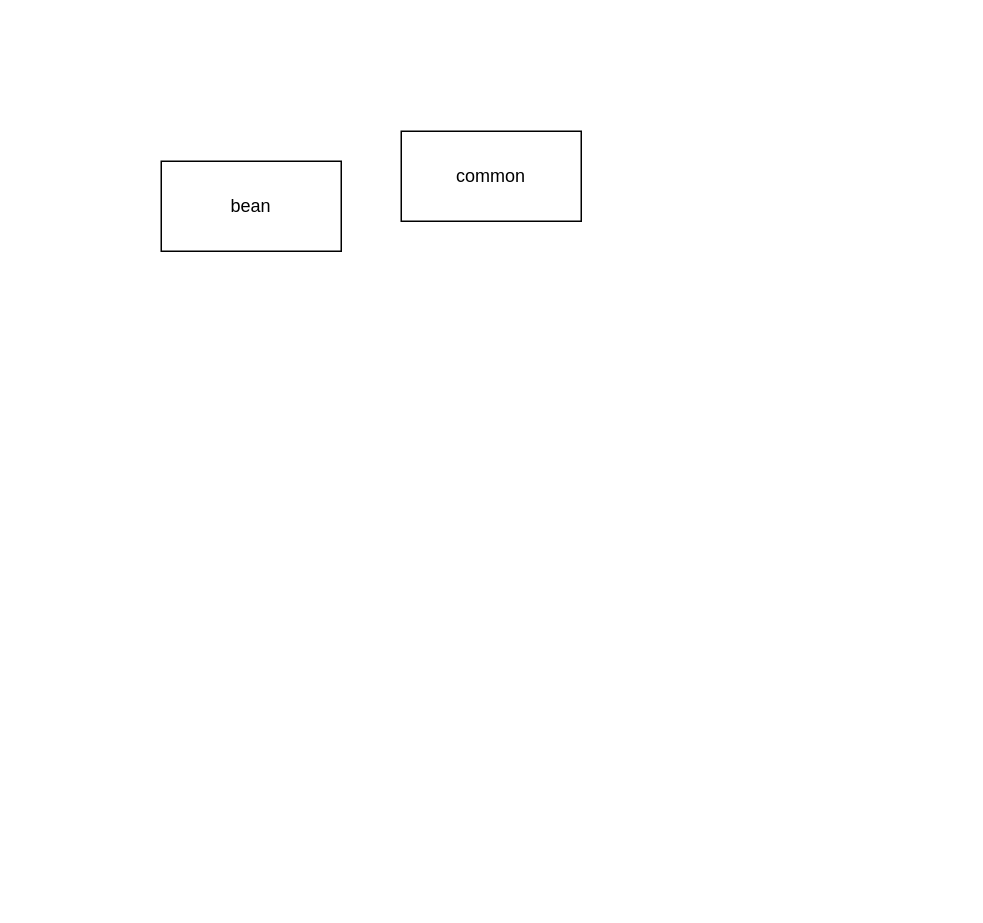
The draw.io diagram Untitled Diagram.drawio in httpstart/demo, before the edit. Source tidied: cells renumbered, new cells numbered last; positions are measured from the earlier drawing's top-left corner, leaving out a move shared by most shapes. Both pictures are drawn from the tidied source at 150%, with x=0, y=0 at pixel (160, 130).
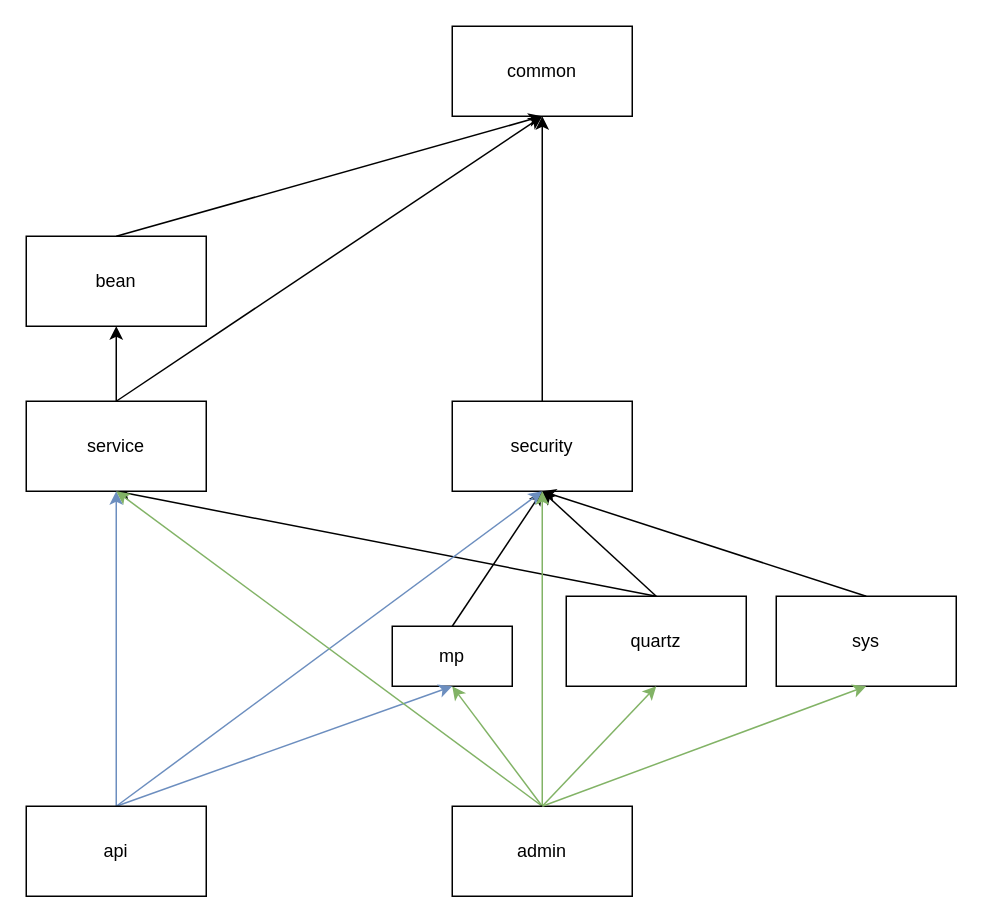
The same page after the edit.

Change to the diagram source:
```diff
@@
     <mxCell id="2" value="common" style="rounded=0;whiteSpace=wrap;html=1;" parent="1" vertex="1">
-      <mxGeometry x="160" width="120" height="60" as="geometry" />
+      <mxGeometry x="194" y="-70" width="120" height="60" as="geometry" />
     </mxCell>
+    <mxCell id="4" style="edgeStyle=none;rounded=0;jettySize=auto;html=1;exitX=0.5;exitY=0;exitDx=0;exitDy=0;entryX=0.5;entryY=1;entryDx=0;entryDy=0;" parent="1" edge="1" source="3" target="2">
+      <mxGeometry relative="1" as="geometry" />
+    </mxCell>
     <mxCell id="3" value="bean" style="rounded=0;whiteSpace=wrap;html=1;" parent="1" vertex="1">
-      <mxGeometry y="20" width="120" height="60" as="geometry" />
+      <mxGeometry x="-90" y="70" width="120" height="60" as="geometry" />
     </mxCell>
+    <mxCell id="5" style="edgeStyle=none;rounded=0;jettySize=auto;html=1;exitX=0.5;exitY=0;exitDx=0;exitDy=0;entryX=0.5;entryY=1;entryDx=0;entryDy=0;" parent="1" edge="1" source="6" target="2">
+      <mxGeometry relative="1" as="geometry" />
+    </mxCell>
+    <mxCell id="6" value="security" style="rounded=0;whiteSpace=wrap;html=1;" parent="1" vertex="1">
+      <mxGeometry x="194" y="180" width="120" height="60" as="geometry" />
+    </mxCell>
+    <mxCell id="7" style="edgeStyle=none;rounded=0;jettySize=auto;html=1;exitX=0.5;exitY=0;exitDx=0;exitDy=0;entryX=0.5;entryY=1;entryDx=0;entryDy=0;" parent="1" edge="1" source="8" target="6">
+      <mxGeometry relative="1" as="geometry" />
+    </mxCell>
+    <mxCell id="8" value="mp" style="rounded=0;whiteSpace=wrap;html=1;" parent="1" vertex="1">
+      <mxGeometry x="154" y="330" width="80" height="40" as="geometry" />
+    </mxCell>
+    <mxCell id="9" style="edgeStyle=none;rounded=0;jettySize=auto;html=1;exitX=0.5;exitY=0;exitDx=0;exitDy=0;entryX=0.5;entryY=1;entryDx=0;entryDy=0;" parent="1" edge="1" source="10" target="6">
+      <mxGeometry relative="1" as="geometry" />
+    </mxCell>
+    <mxCell id="10" value="sys" style="rounded=0;whiteSpace=wrap;html=1;" parent="1" vertex="1">
+      <mxGeometry x="410" y="310" width="120" height="60" as="geometry" />
+    </mxCell>
+    <mxCell id="11" style="edgeStyle=none;rounded=0;jettySize=auto;html=1;exitX=0.5;exitY=0;exitDx=0;exitDy=0;entryX=0.5;entryY=1;entryDx=0;entryDy=0;" parent="1" edge="1" source="13" target="16">
+      <mxGeometry relative="1" as="geometry" />
+    </mxCell>
+    <mxCell id="12" style="edgeStyle=none;rounded=0;jettySize=auto;html=1;exitX=0.5;exitY=0;exitDx=0;exitDy=0;entryX=0.5;entryY=1;entryDx=0;entryDy=0;" parent="1" edge="1" source="13" target="6">
+      <mxGeometry relative="1" as="geometry" />
+    </mxCell>
+    <mxCell id="13" value="quartz" style="rounded=0;whiteSpace=wrap;html=1;" parent="1" vertex="1">
+      <mxGeometry x="270" y="310" width="120" height="60" as="geometry" />
+    </mxCell>
+    <mxCell id="14" style="edgeStyle=none;rounded=0;jettySize=auto;html=1;exitX=0.5;exitY=0;exitDx=0;exitDy=0;entryX=0.5;entryY=1;entryDx=0;entryDy=0;" parent="1" edge="1" source="16" target="3">
+      <mxGeometry relative="1" as="geometry" />
+    </mxCell>
+    <mxCell id="15" style="edgeStyle=none;rounded=0;jettySize=auto;html=1;exitX=0.5;exitY=0;exitDx=0;exitDy=0;entryX=0.5;entryY=1;entryDx=0;entryDy=0;" parent="1" edge="1" source="16" target="2">
+      <mxGeometry relative="1" as="geometry" />
+    </mxCell>
+    <mxCell id="16" value="service" style="rounded=0;whiteSpace=wrap;html=1;" parent="1" vertex="1">
+      <mxGeometry x="-90" y="180" width="120" height="60" as="geometry" />
+    </mxCell>
+    <mxCell id="17" style="rounded=0;jettySize=auto;html=1;exitX=0.5;exitY=0;exitDx=0;exitDy=0;entryX=0.5;entryY=1;entryDx=0;entryDy=0;fillColor=#dae8fc;strokeColor=#6c8ebf;" parent="1" edge="1" source="25" target="16">
+      <mxGeometry relative="1" as="geometry" />
+    </mxCell>
+    <mxCell id="18" style="edgeStyle=none;rounded=0;jettySize=auto;html=1;exitX=0.5;exitY=0;exitDx=0;exitDy=0;entryX=0.5;entryY=1;entryDx=0;entryDy=0;fillColor=#dae8fc;strokeColor=#6c8ebf;" parent="1" edge="1" source="25" target="8">
+      <mxGeometry relative="1" as="geometry" />
+    </mxCell>
+    <mxCell id="19" style="edgeStyle=none;rounded=0;jettySize=auto;html=1;exitX=0.5;exitY=0;exitDx=0;exitDy=0;entryX=0.5;entryY=1;entryDx=0;entryDy=0;fillColor=#dae8fc;strokeColor=#6c8ebf;" parent="1" edge="1" source="25" target="6">
+      <mxGeometry relative="1" as="geometry" />
+    </mxCell>
+    <mxCell id="20" style="edgeStyle=none;rounded=0;jettySize=auto;html=1;exitX=0.5;exitY=0;exitDx=0;exitDy=0;entryX=0.5;entryY=1;entryDx=0;entryDy=0;fillColor=#d5e8d4;strokeColor=#82b366;" parent="1" edge="1" source="24" target="16">
+      <mxGeometry relative="1" as="geometry" />
+    </mxCell>
+    <mxCell id="21" style="edgeStyle=none;rounded=0;jettySize=auto;html=1;exitX=0.5;exitY=0;exitDx=0;exitDy=0;entryX=0.5;entryY=1;entryDx=0;entryDy=0;fillColor=#d5e8d4;strokeColor=#82b366;" parent="1" edge="1" source="24" target="6">
+      <mxGeometry relative="1" as="geometry" />
+    </mxCell>
+    <mxCell id="22" style="edgeStyle=none;rounded=0;jettySize=auto;html=1;exitX=0.5;exitY=0;exitDx=0;exitDy=0;entryX=0.5;entryY=1;entryDx=0;entryDy=0;fillColor=#d5e8d4;strokeColor=#82b366;" parent="1" edge="1" source="24" target="8">
+      <mxGeometry relative="1" as="geometry" />
+    </mxCell>
+    <mxCell id="23" style="edgeStyle=none;rounded=0;jettySize=auto;html=1;exitX=0.5;exitY=0;exitDx=0;exitDy=0;entryX=0.5;entryY=1;entryDx=0;entryDy=0;fillColor=#d5e8d4;strokeColor=#82b366;" parent="1" edge="1" source="24" target="13">
+      <mxGeometry relative="1" as="geometry" />
+    </mxCell>
+    <mxCell id="24" value="admin" style="rounded=0;whiteSpace=wrap;html=1;" parent="1" vertex="1">
+      <mxGeometry x="194" y="450" width="120" height="60" as="geometry" />
+    </mxCell>
+    <mxCell id="25" value="api" style="rounded=0;whiteSpace=wrap;html=1;" parent="1" vertex="1">
+      <mxGeometry x="-90" y="450" width="120" height="60" as="geometry" />
+    </mxCell>
+    <mxCell id="26" style="edgeStyle=none;rounded=0;jettySize=auto;html=1;exitX=0.5;exitY=0;exitDx=0;exitDy=0;entryX=0.5;entryY=1;entryDx=0;entryDy=0;fillColor=#d5e8d4;strokeColor=#82b366;" parent="1" edge="1" source="24" target="10">
+      <mxGeometry relative="1" as="geometry" />
+    </mxCell>
```
